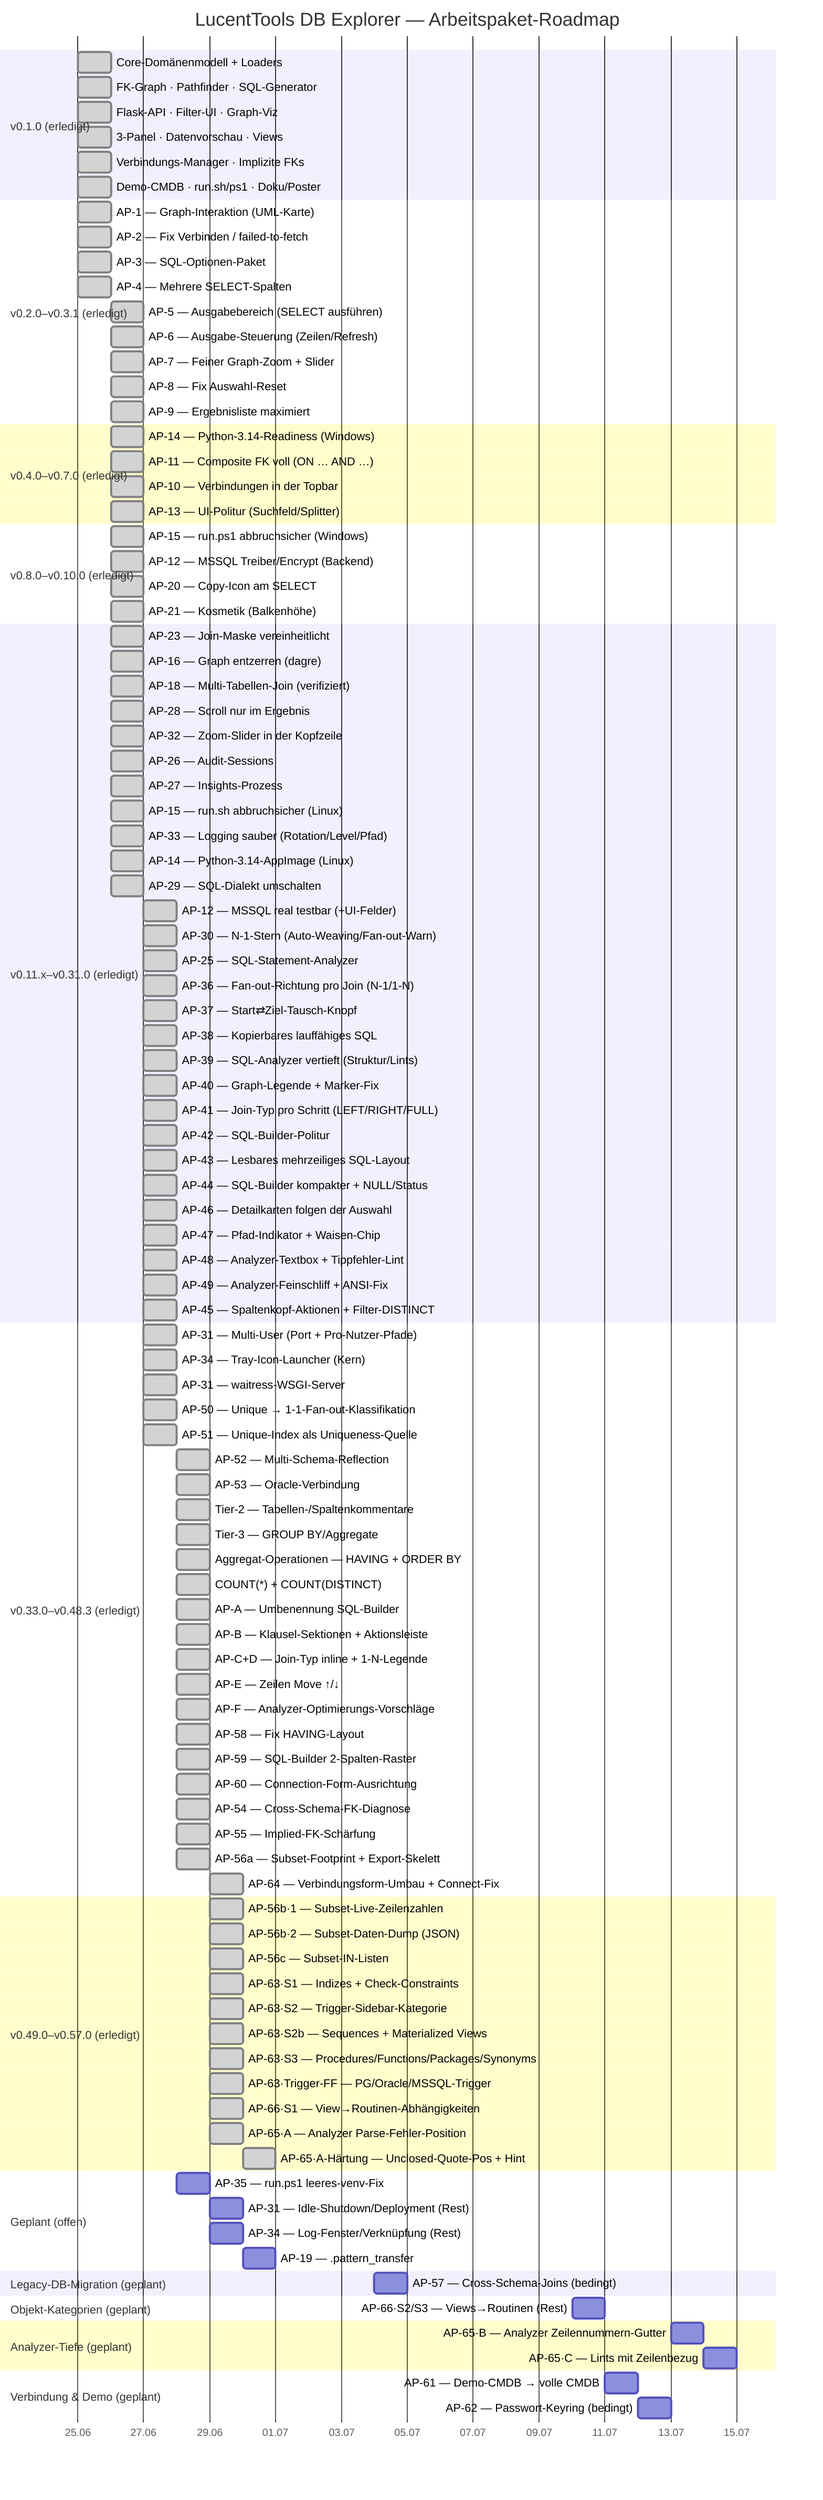
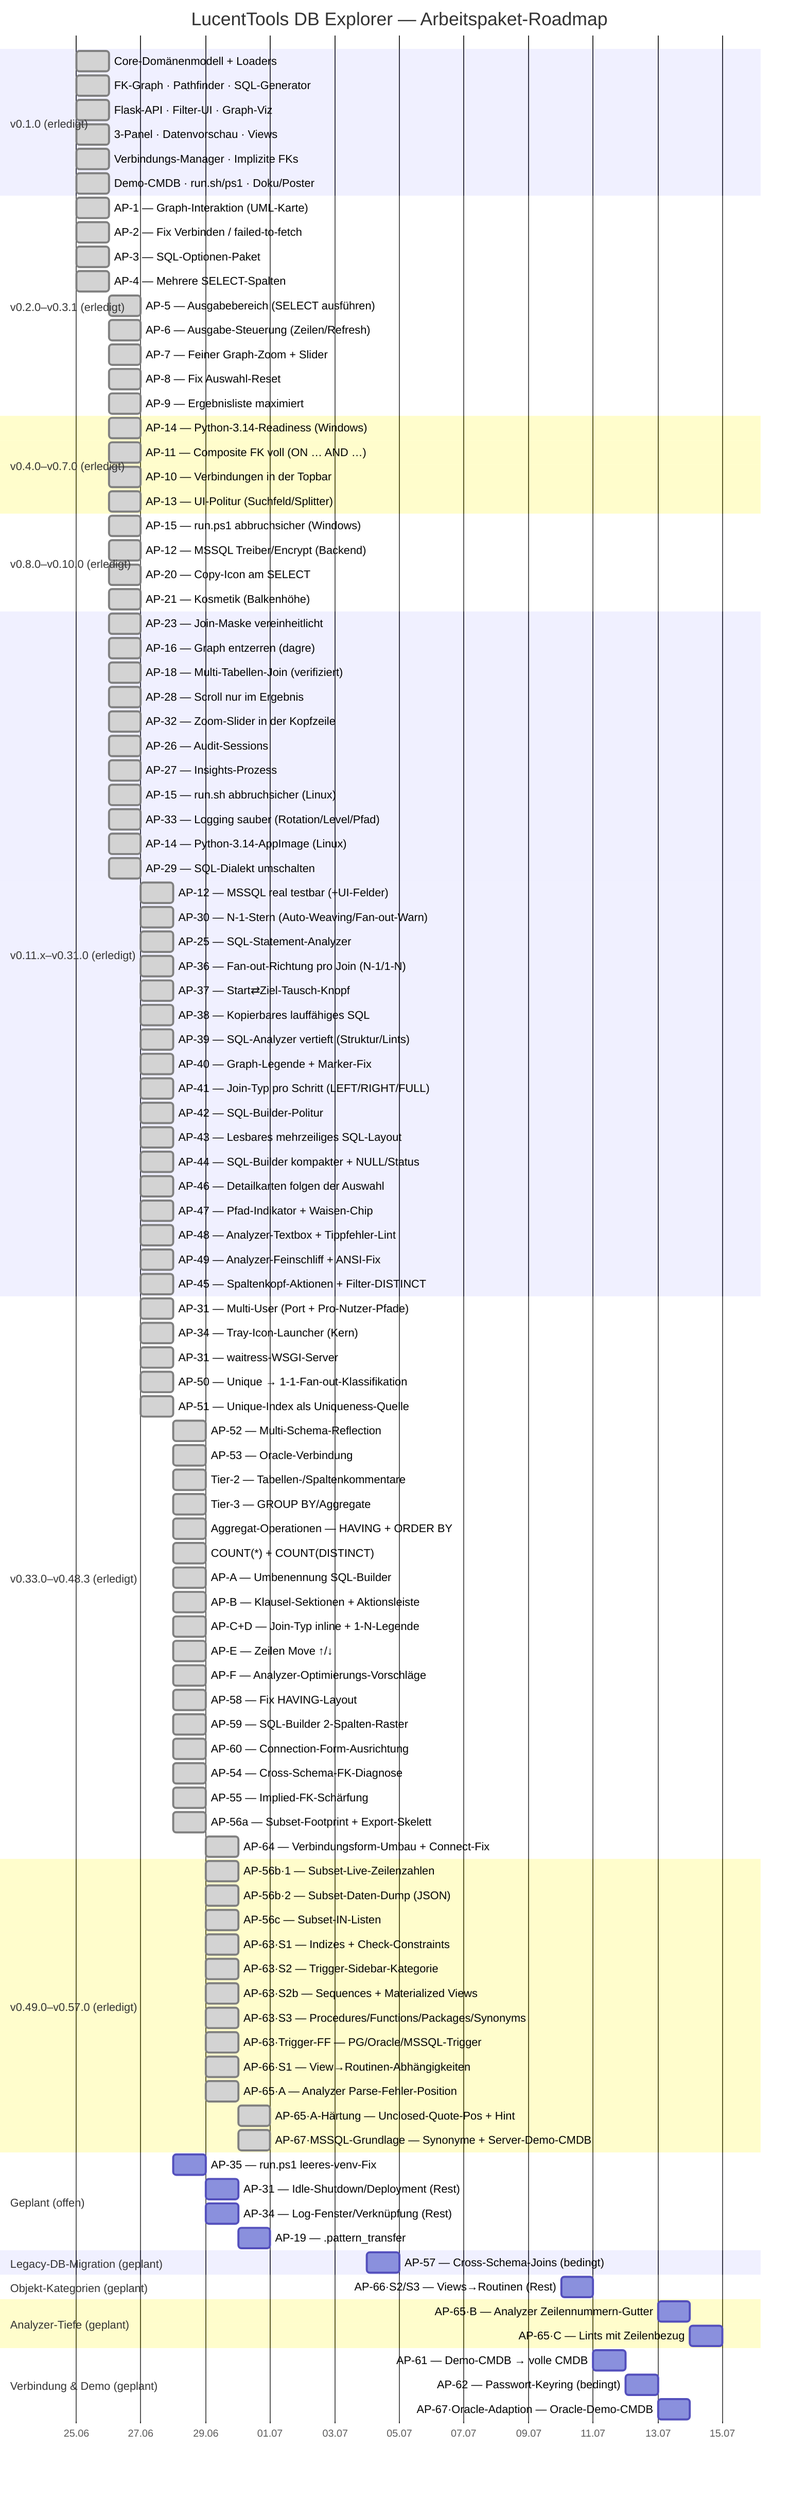
gantt
    title LucentTools DB Explorer — Arbeitspaket-Roadmap
    dateFormat  YYYY-MM-DD
    axisFormat  %d.%m

    section v0.1.0 (erledigt)
    Core-Domänenmodell + Loaders          :done, d1, 2026-06-25, 1d
    FK-Graph · Pathfinder · SQL-Generator :done, d2, 2026-06-25, 1d
    Flask-API · Filter-UI · Graph-Viz     :done, d3, 2026-06-25, 1d
    3-Panel · Datenvorschau · Views       :done, d4, 2026-06-25, 1d
    Verbindungs-Manager · Implizite FKs   :done, d5, 2026-06-25, 1d
    Demo-CMDB · run.sh/ps1 · Doku/Poster  :done, d6, 2026-06-25, 1d

    section v0.2.0–v0.3.1 (erledigt)
    AP-1 — Graph-Interaktion (UML-Karte)        :done, a1, 2026-06-25, 1d
    AP-2 — Fix Verbinden / failed-to-fetch      :done, a2, 2026-06-25, 1d
    AP-3 — SQL-Optionen-Paket                   :done, a3, 2026-06-25, 1d
    AP-4 — Mehrere SELECT-Spalten               :done, a4, 2026-06-25, 1d
    AP-5 — Ausgabebereich (SELECT ausführen)    :done, a5, 2026-06-26, 1d
    AP-6 — Ausgabe-Steuerung (Zeilen/Refresh)   :done, a6, 2026-06-26, 1d
    AP-7 — Feiner Graph-Zoom + Slider           :done, a7, 2026-06-26, 1d
    AP-8 — Fix Auswahl-Reset                    :done, a8, 2026-06-26, 1d
    AP-9 — Ergebnisliste maximiert              :done, a9, 2026-06-26, 1d

    section v0.4.0–v0.7.0 (erledigt)
    AP-14 — Python-3.14-Readiness (Windows)     :done, b1, 2026-06-26, 1d
    AP-11 — Composite FK voll (ON … AND …)      :done, b2, 2026-06-26, 1d
    AP-10 — Verbindungen in der Topbar          :done, b3, 2026-06-26, 1d
    AP-13 — UI-Politur (Suchfeld/Splitter)      :done, b4, 2026-06-26, 1d

    section v0.8.0–v0.10.0 (erledigt)
    AP-15 — run.ps1 abbruchsicher (Windows)     :done, c1, 2026-06-26, 1d
    AP-12 — MSSQL Treiber/Encrypt (Backend)     :done, c2, 2026-06-26, 1d
    AP-20 — Copy-Icon am SELECT                 :done, c3, 2026-06-26, 1d
    AP-21 — Kosmetik (Balkenhöhe)               :done, c4, 2026-06-26, 1d

    section v0.11.x–v0.31.0 (erledigt)
    AP-23 — Join-Maske vereinheitlicht          :done, e1, 2026-06-26, 1d
    AP-16 — Graph entzerren (dagre)             :done, e2, 2026-06-26, 1d
    AP-18 — Multi-Tabellen-Join (verifiziert)   :done, e3, 2026-06-26, 1d
    AP-28 — Scroll nur im Ergebnis              :done, e4, 2026-06-26, 1d
    AP-32 — Zoom-Slider in der Kopfzeile        :done, e5, 2026-06-26, 1d
    AP-26 — Audit-Sessions                      :done, e6, 2026-06-26, 1d
    AP-27 — Insights-Prozess                    :done, e7, 2026-06-26, 1d
    AP-15 — run.sh abbruchsicher (Linux)        :done, e8, 2026-06-26, 1d
    AP-33 — Logging sauber (Rotation/Level/Pfad) :done, e9, 2026-06-26, 1d
    AP-14 — Python-3.14-AppImage (Linux)         :done, e10, 2026-06-26, 1d
    AP-29 — SQL-Dialekt umschalten               :done, e11, 2026-06-26, 1d
    AP-12 — MSSQL real testbar (+UI-Felder)      :done, e12, 2026-06-27, 1d
    AP-30 — N-1-Stern (Auto-Weaving/Fan-out-Warn) :done, e13, 2026-06-27, 1d
    AP-25 — SQL-Statement-Analyzer               :done, e14, 2026-06-27, 1d
    AP-36 — Fan-out-Richtung pro Join (N-1/1-N)  :done, e15, 2026-06-27, 1d
    AP-37 — Start⇄Ziel-Tausch-Knopf              :done, e16, 2026-06-27, 1d
    AP-38 — Kopierbares lauffähiges SQL          :done, e17, 2026-06-27, 1d
    AP-39 — SQL-Analyzer vertieft (Struktur/Lints) :done, e18, 2026-06-27, 1d
    AP-40 — Graph-Legende + Marker-Fix           :done, e19, 2026-06-27, 1d
    AP-41 — Join-Typ pro Schritt (LEFT/RIGHT/FULL) :done, e20, 2026-06-27, 1d
    AP-42 — SQL-Builder-Politur                 :done, e21, 2026-06-27, 1d
    AP-43 — Lesbares mehrzeiliges SQL-Layout      :done, e22, 2026-06-27, 1d
    AP-44 — SQL-Builder kompakter + NULL/Status :done, e23, 2026-06-27, 1d
    AP-46 — Detailkarten folgen der Auswahl       :done, e24, 2026-06-27, 1d
    AP-47 — Pfad-Indikator + Waisen-Chip         :done, e25, 2026-06-27, 1d
    AP-48 — Analyzer-Textbox + Tippfehler-Lint   :done, e26, 2026-06-27, 1d
    AP-49 — Analyzer-Feinschliff + ANSI-Fix       :done, e27, 2026-06-27, 1d
    AP-45 — Spaltenkopf-Aktionen + Filter-DISTINCT :done, e28, 2026-06-27, 1d

    section v0.33.0–v0.48.3 (erledigt)
    AP-31 — Multi-User (Port + Pro-Nutzer-Pfade) :done, f1, 2026-06-27, 1d
    AP-34 — Tray-Icon-Launcher (Kern)            :done, f2, 2026-06-27, 1d
    AP-31 — waitress-WSGI-Server                 :done, f3, 2026-06-27, 1d
    AP-50 — Unique → 1-1-Fan-out-Klassifikation  :done, f4, 2026-06-27, 1d
    AP-51 — Unique-Index als Uniqueness-Quelle   :done, f5, 2026-06-27, 1d
    AP-52 — Multi-Schema-Reflection              :done, f6, 2026-06-28, 1d
    AP-53 — Oracle-Verbindung                    :done, f7, 2026-06-28, 1d
    Tier-2 — Tabellen-/Spaltenkommentare         :done, f8, 2026-06-28, 1d
    Tier-3 — GROUP BY/Aggregate                  :done, f9, 2026-06-28, 1d
    Aggregat-Operationen — HAVING + ORDER BY     :done, f10, 2026-06-28, 1d
    COUNT(*) + COUNT(DISTINCT)                   :done, f11, 2026-06-28, 1d
    AP-A — Umbenennung SQL-Builder               :done, f12, 2026-06-28, 1d
    AP-B — Klausel-Sektionen + Aktionsleiste     :done, f13, 2026-06-28, 1d
    AP-C+D — Join-Typ inline + 1-N-Legende       :done, f14, 2026-06-28, 1d
    AP-E — Zeilen Move ↑/↓                        :done, f15, 2026-06-28, 1d
    AP-F — Analyzer-Optimierungs-Vorschläge      :done, f16, 2026-06-28, 1d
    AP-58 — Fix HAVING-Layout                    :done, f17, 2026-06-28, 1d
    AP-59 — SQL-Builder 2-Spalten-Raster        :done, f18, 2026-06-28, 1d
    AP-60 — Connection-Form-Ausrichtung         :done, f19, 2026-06-28, 1d
    AP-54 — Cross-Schema-FK-Diagnose            :done, f20, 2026-06-28, 1d
    AP-55 — Implied-FK-Schärfung                :done, f21, 2026-06-28, 1d
    AP-56a — Subset-Footprint + Export-Skelett   :done, f22, 2026-06-28, 1d
    AP-64 — Verbindungsform-Umbau + Connect-Fix  :done, f23, 2026-06-29, 1d

    section v0.49.0–v0.57.0 (erledigt)
    AP-56b·1 — Subset-Live-Zeilenzahlen         :done, f24, 2026-06-29, 1d
    AP-56b·2 — Subset-Daten-Dump (JSON)         :done, f25, 2026-06-29, 1d
    AP-56c — Subset-IN-Listen                   :done, f26, 2026-06-29, 1d
    AP-63·S1 — Indizes + Check-Constraints      :done, f27, 2026-06-29, 1d
    AP-63·S2 — Trigger-Sidebar-Kategorie        :done, f28, 2026-06-29, 1d
    AP-63·S2b — Sequences + Materialized Views  :done, f29, 2026-06-29, 1d
    AP-63·S3 — Procedures/Functions/Packages/Synonyms :done, f30, 2026-06-29, 1d
    AP-63·Trigger-FF — PG/Oracle/MSSQL-Trigger  :done, f31, 2026-06-29, 1d
    AP-66·S1 — View→Routinen-Abhängigkeiten     :done, f32, 2026-06-29, 1d
    AP-65·A — Analyzer Parse-Fehler-Position    :done, f33, 2026-06-29, 1d
    AP-65·A-Härtung — Unclosed-Quote-Pos + Hint :done, f34, 2026-06-30, 1d
+     AP-67·MSSQL-Grundlage — Synonyme + Server-Demo-CMDB :done, f35, 2026-06-30, 1d

    section Geplant (offen)
    AP-35 — run.ps1 leeres-venv-Fix             :p3, 2026-06-28, 1d
    AP-31 — Idle-Shutdown/Deployment (Rest)     :p5, 2026-06-29, 1d
    AP-34 — Log-Fenster/Verknüpfung (Rest)      :p6, 2026-06-29, 1d
    AP-19 — .pattern_transfer                   :p11, 2026-06-30, 1d

    section Legacy-DB-Migration (geplant)
    AP-57 — Cross-Schema-Joins (bedingt)        :p23, 2026-07-04, 1d

    section Objekt-Kategorien (geplant)
    AP-66·S2/S3 — Views→Routinen (Rest)         :p33, 2026-07-10, 1d

    section Analyzer-Tiefe (geplant)
    AP-65·B — Analyzer Zeilennummern-Gutter     :p35, 2026-07-13, 1d
    AP-65·C — Lints mit Zeilenbezug             :p36, 2026-07-14, 1d

    section Verbindung & Demo (geplant)
    AP-61 — Demo-CMDB → volle CMDB              :p41, 2026-07-11, 1d
    AP-62 — Passwort-Keyring (bedingt)          :p42, 2026-07-12, 1d
+     AP-67·Oracle-Adaption — Oracle-Demo-CMDB    :p43, 2026-07-13, 1d
